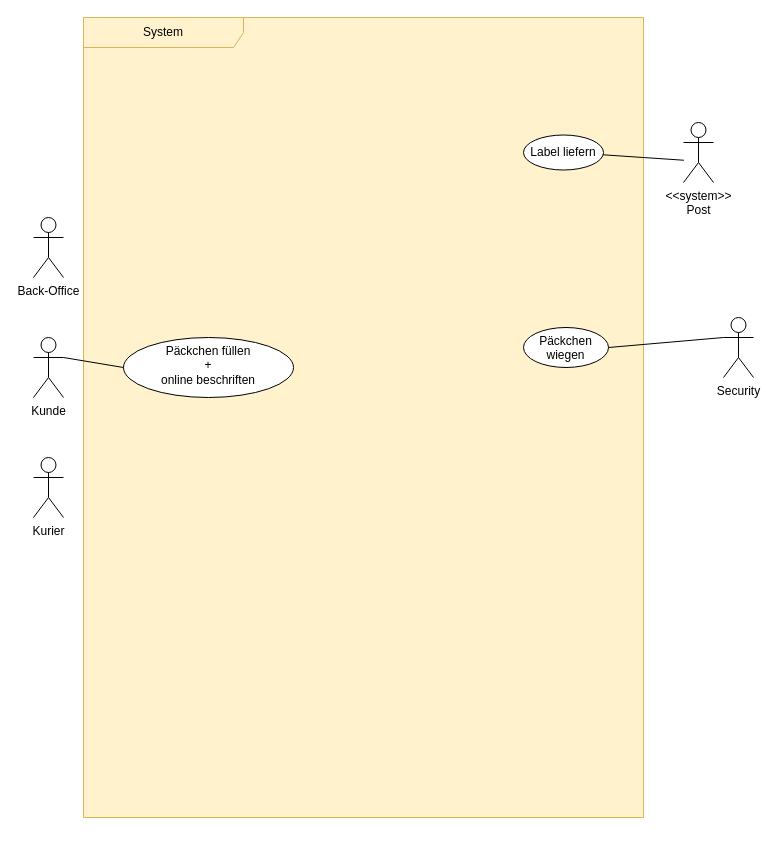
Before: lb_use-case-big.drawio in ferreric/ffhs_swem, a draw.io diagram. Source tidied: cells renumbered, new cells numbered last; positions are measured from the earlier drawing's top-left corner, leaving out a move shared by most shapes. Both pictures are drawn from the tidied source at 100%, with x=0, y=0 at pixel (33, 17).
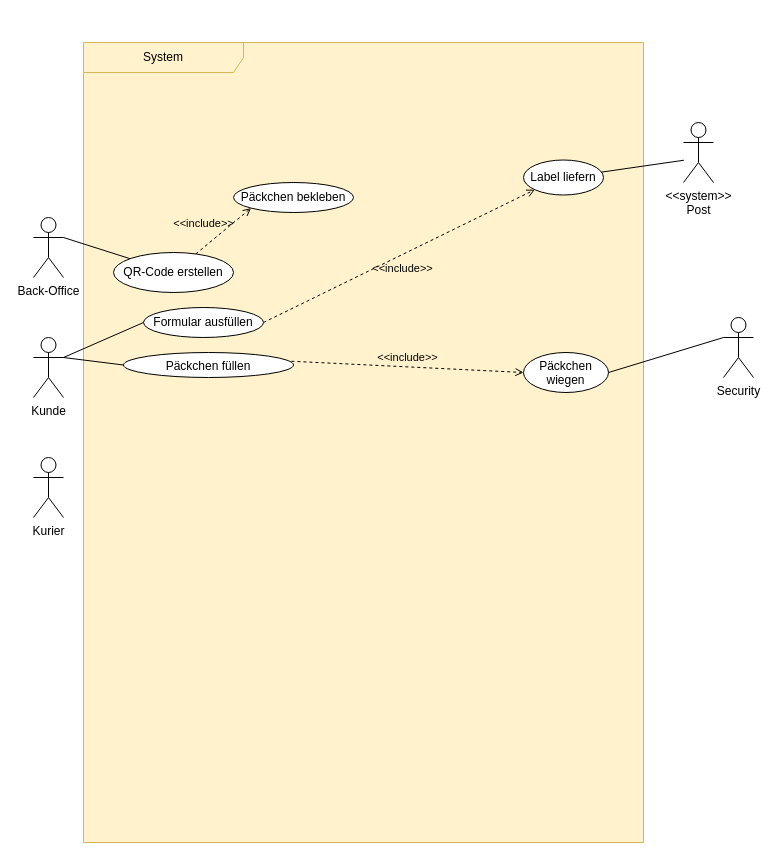
Above is the later version.

Unchanged cells that the change refers to:
```xml
<mxCell id="4" value="Päckchen wiegen" style="ellipse;whiteSpace=wrap;html=1;verticalAlign=top;" parent="2" vertex="1">
  <mxGeometry x="440" y="310" width="85" height="40" as="geometry" />
</mxCell>
<mxCell id="5" value="Label liefern" style="ellipse;whiteSpace=wrap;html=1;dashed=0;" parent="2" vertex="1">
  <mxGeometry x="440" y="117.5" width="80" height="35" as="geometry" />
</mxCell>
<mxCell id="6" value="Back-Office" style="shape=umlActor;verticalLabelPosition=bottom;verticalAlign=top;html=1;" parent="1" vertex="1">
  <mxGeometry y="200" width="30" height="60" as="geometry" />
</mxCell>
```

The edit, as a diff of the source:
```diff
@@
     <mxCell id="2" value="System" style="shape=umlFrame;whiteSpace=wrap;html=1;width=160;fillStyle=auto;fillColor=#fff2cc;strokeColor=#d6b656;noLabel=0;gradientColor=none;swimlaneFillColor=#FFF2CC;" parent="1" vertex="1">
-      <mxGeometry x="50" width="560" height="800" as="geometry" />
+      <mxGeometry x="50" y="25" width="560" height="800" as="geometry" />
     </mxCell>
-    <mxCell id="3" value="&lt;div&gt;Päckchen füllen&lt;/div&gt;&lt;div&gt;+&lt;/div&gt;&lt;div&gt;online beschriften&lt;/div&gt;" style="ellipse;whiteSpace=wrap;html=1;verticalAlign=top;" parent="2" vertex="1">
-      <mxGeometry x="40" y="320" width="170" height="60" as="geometry" />
+    <mxCell id="3" value="&lt;div&gt;Päckchen füllen&lt;/div&gt;" style="ellipse;whiteSpace=wrap;html=1;verticalAlign=top;" parent="2" vertex="1">
+      <mxGeometry x="40" y="310" width="170" height="25" as="geometry" />
     </mxCell>
@@
+    <mxCell id="14" value="QR-Code erstellen" style="ellipse;whiteSpace=wrap;html=1;" parent="2" vertex="1">
+      <mxGeometry x="30" y="210" width="120" height="40" as="geometry" />
+    </mxCell>
+    <mxCell id="15" value="Päckchen bekleben" style="ellipse;whiteSpace=wrap;html=1;" parent="2" vertex="1">
+      <mxGeometry x="150" y="140" width="120" height="30" as="geometry" />
+    </mxCell>
+    <mxCell id="16" value="&amp;lt;&amp;lt;include&amp;gt;&amp;gt;" style="html=1;verticalAlign=bottom;labelBackgroundColor=none;endArrow=open;endFill=0;dashed=1;rounded=0;entryX=0;entryY=1;entryDx=0;entryDy=0;" parent="2" edge="1" source="14" target="15">
+      <mxGeometry x="-0.45" y="12" relative="1" as="geometry">
+        <mxPoint y="1" as="offset" />
+      </mxGeometry>
+    </mxCell>
+    <mxCell id="17" value="&amp;lt;&amp;lt;include&amp;gt;&amp;gt;" style="html=1;verticalAlign=bottom;labelBackgroundColor=none;endArrow=open;endFill=0;dashed=1;rounded=0;entryX=0;entryY=0.5;entryDx=0;entryDy=0;exitX=0.988;exitY=0.35;exitDx=0;exitDy=0;exitPerimeter=0;" parent="2" edge="1" source="3" target="4">
+      <mxGeometry relative="1" as="geometry" />
+    </mxCell>
+    <mxCell id="18" value="&amp;lt;&amp;lt;include&amp;gt;&amp;gt;" style="html=1;verticalAlign=bottom;labelBackgroundColor=none;endArrow=open;endFill=0;dashed=1;rounded=0;entryX=0;entryY=1;entryDx=0;entryDy=0;exitX=1;exitY=0.5;exitDx=0;exitDy=0;" parent="2" edge="1" source="19" target="5">
+      <mxGeometry x="-0.04" y="-21" relative="1" as="geometry" />
+    </mxCell>
+    <mxCell id="19" value="Formular ausfüllen" style="ellipse;whiteSpace=wrap;html=1;" parent="2" vertex="1">
+      <mxGeometry x="60" y="265" width="120" height="30" as="geometry" />
+    </mxCell>
@@
+    <mxCell id="20" style="endArrow=none;html=1;rounded=0;exitX=1;exitY=0.3333333333333333;exitDx=0;exitDy=0;exitPerimeter=0;" parent="1" edge="1" source="6" target="14">
+      <mxGeometry relative="1" as="geometry" />
+    </mxCell>
+    <mxCell id="21" style="endArrow=none;html=1;rounded=0;entryX=0;entryY=0.5;entryDx=0;entryDy=0;" parent="1" edge="1" target="19">
+      <mxGeometry relative="1" as="geometry">
+        <mxPoint x="30" y="340" as="sourcePoint" />
+      </mxGeometry>
+    </mxCell>
```
